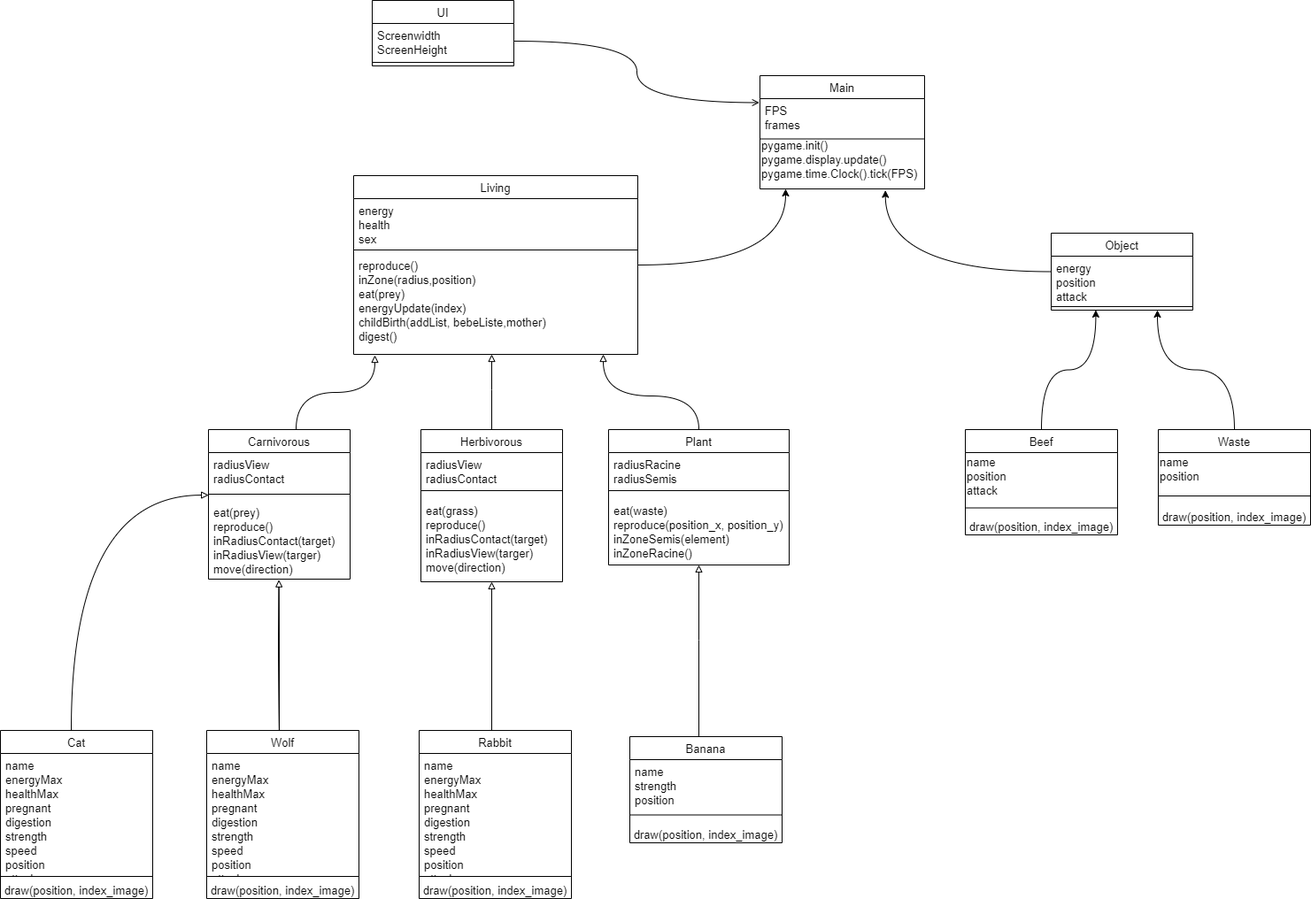
mezray/Project_Ecosysteme keeps this draw.io diagram as Diagram/Diagram_Class_POO.png. Above is the earlier version. Source tidied: cells renumbered, new cells last; positions are measured from the earlier drawing's top-left corner, leaving out a move shared by most shapes.
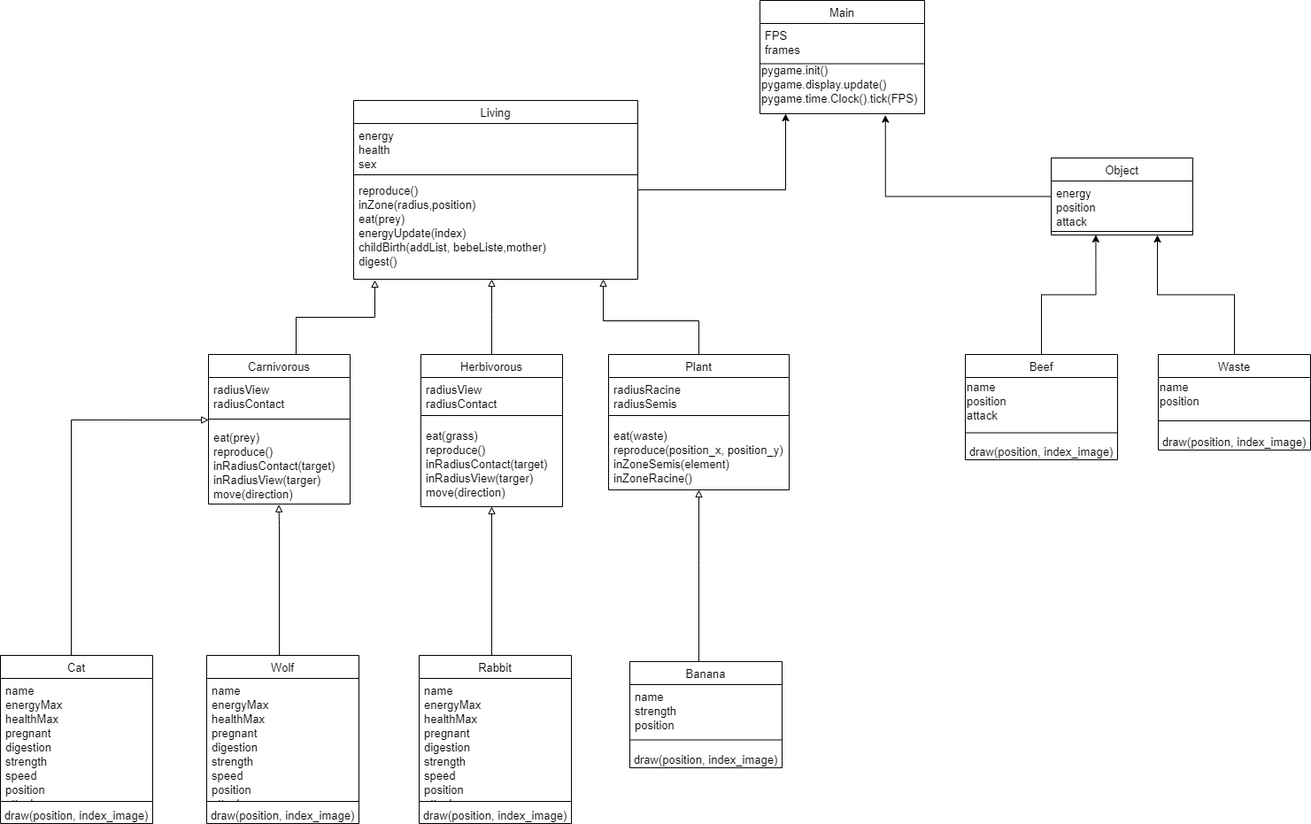
After the change.

The edit, as a diff of the source:
```diff
@@ -2,7 +2,7 @@
   <root>
     <mxCell id="0" />
     <mxCell id="1" parent="0" />
-    <mxCell id="2" style="edgeStyle=orthogonalEdgeStyle;rounded=0;jettySize=auto;fontSize=13;curved=1;fontStyle=0;labelBorderColor=none;" parent="1" edge="1" source="3" target="50">
+    <mxCell id="2" style="edgeStyle=orthogonalEdgeStyle;rounded=0;jettySize=auto;fontSize=13;fontStyle=0;labelBorderColor=none;" parent="1" edge="1" source="3" target="50">
       <mxGeometry relative="1" as="geometry">
         <Array as="points">
           <mxPoint x="887" y="299" />
@@ -21,7 +21,7 @@
     <mxCell id="6" value="reproduce()&#10;inZone(radius,position)&#10;eat(prey)&#10;energyUpdate(index)&#10;childBirth(addList, bebeListe,mother)&#10;digest()&#10;" style="text;strokeColor=none;fillColor=none;align=left;verticalAlign=top;spacingLeft=4;spacingRight=4;overflow=hidden;rounded=0;fontStyle=0;labelBorderColor=none;fontSize=13;" parent="3" vertex="1">
       <mxGeometry y="88" width="321" height="114" as="geometry" />
     </mxCell>
-    <mxCell id="7" style="edgeStyle=orthogonalEdgeStyle;rounded=0;jettySize=auto;entryX=0.762;entryY=1.03;entryDx=0;entryDy=0;entryPerimeter=0;fontSize=13;curved=1;fontStyle=0;labelBorderColor=none;" parent="1" edge="1" source="8" target="50">
+    <mxCell id="7" style="edgeStyle=orthogonalEdgeStyle;rounded=0;jettySize=auto;entryX=0.762;entryY=1.03;entryDx=0;entryDy=0;entryPerimeter=0;fontSize=13;fontStyle=0;labelBorderColor=none;" parent="1" edge="1" source="8" target="50">
       <mxGeometry relative="1" as="geometry" />
     </mxCell>
     <mxCell id="8" value="Object" style="swimlane;fontStyle=0;align=center;verticalAlign=top;horizontal=1;startSize=26;rounded=0;labelBorderColor=none;fontSize=13;" parent="1" vertex="1">
@@ -33,7 +33,7 @@
     <mxCell id="10" style="line;strokeWidth=1;fillColor=none;align=left;verticalAlign=middle;spacingTop=-1;spacingLeft=3;spacingRight=3;labelPosition=right;points=[];portConstraint=eastwest;rounded=0;fontStyle=0;labelBorderColor=none;fontSize=13;" parent="8" vertex="1">
       <mxGeometry y="79" width="160" height="8" as="geometry" />
     </mxCell>
-    <mxCell id="11" style="edgeStyle=orthogonalEdgeStyle;jettySize=auto;rounded=0;endArrow=block;endFill=0;curved=1;fontStyle=0;labelBorderColor=none;fontSize=13;" parent="1" edge="1" source="12">
+    <mxCell id="11" style="edgeStyle=orthogonalEdgeStyle;jettySize=auto;rounded=0;endArrow=block;endFill=0;fontStyle=0;labelBorderColor=none;fontSize=13;" parent="1" edge="1" source="12">
       <mxGeometry relative="1" as="geometry">
         <mxPoint x="423" y="401" as="targetPoint" />
         <Array as="points">
@@ -54,7 +54,7 @@
     <mxCell id="15" value="eat(prey)&#10;reproduce()&#10;inRadiusContact(target)&#10;inRadiusView(targer)&#10;move(direction)" style="text;strokeColor=none;fillColor=none;align=left;verticalAlign=top;spacingLeft=4;spacingRight=4;overflow=hidden;points=[[0,0.5],[1,0.5]];portConstraint=eastwest;rounded=0;fontStyle=0;labelBorderColor=none;fontSize=13;" parent="12" vertex="1">
       <mxGeometry y="80" width="160" height="89" as="geometry" />
     </mxCell>
-    <mxCell id="16" style="edgeStyle=orthogonalEdgeStyle;jettySize=auto;rounded=0;endArrow=block;endFill=0;curved=1;fontStyle=0;labelBorderColor=none;fontSize=13;" parent="1" edge="1" source="17">
+    <mxCell id="16" style="edgeStyle=orthogonalEdgeStyle;jettySize=auto;rounded=0;endArrow=block;endFill=0;fontStyle=0;labelBorderColor=none;fontSize=13;" parent="1" edge="1" source="17">
       <mxGeometry relative="1" as="geometry">
         <mxPoint x="555" y="400" as="targetPoint" />
         <Array as="points">
@@ -75,7 +75,7 @@
     <mxCell id="20" value="eat(grass)&#10;reproduce()&#10;inRadiusContact(target)&#10;inRadiusView(targer)&#10;move(direction)" style="text;strokeColor=none;fillColor=none;align=left;verticalAlign=top;spacingLeft=4;spacingRight=4;overflow=hidden;points=[[0,0.5],[1,0.5]];portConstraint=eastwest;rounded=0;fontStyle=0;labelBorderColor=none;fontSize=13;" parent="17" vertex="1">
       <mxGeometry y="78" width="160" height="94" as="geometry" />
     </mxCell>
-    <mxCell id="21" style="edgeStyle=orthogonalEdgeStyle;jettySize=auto;rounded=0;endArrow=block;endFill=0;curved=1;fontStyle=0;labelBorderColor=none;fontSize=13;" parent="1" edge="1" source="22">
+    <mxCell id="21" style="edgeStyle=orthogonalEdgeStyle;jettySize=auto;rounded=0;endArrow=block;endFill=0;fontStyle=0;labelBorderColor=none;fontSize=13;" parent="1" edge="1" source="22">
       <mxGeometry relative="1" as="geometry">
         <mxPoint x="681" y="400" as="targetPoint" />
         <Array as="points">
@@ -96,7 +96,7 @@
     <mxCell id="25" value="eat(waste)&#10;reproduce(position_x, position_y)&#10;inZoneSemis(element)&#10;inZoneRacine()" style="text;strokeColor=none;fillColor=none;align=left;verticalAlign=top;spacingLeft=4;spacingRight=4;overflow=hidden;points=[[0,0.5],[1,0.5]];portConstraint=eastwest;rounded=0;fontStyle=0;labelBorderColor=none;fontSize=13;" parent="22" vertex="1">
       <mxGeometry y="78" width="204" height="75" as="geometry" />
     </mxCell>
-    <mxCell id="26" style="edgeStyle=orthogonalEdgeStyle;rounded=0;jettySize=auto;fontSize=13;entryX=0.315;entryY=0.986;entryDx=0;entryDy=0;entryPerimeter=0;curved=1;fontStyle=0;labelBorderColor=none;" parent="1" edge="1" source="27" target="10">
+    <mxCell id="26" style="edgeStyle=orthogonalEdgeStyle;rounded=0;jettySize=auto;fontSize=13;entryX=0.315;entryY=0.986;entryDx=0;entryDy=0;entryPerimeter=0;fontStyle=0;labelBorderColor=none;" parent="1" edge="1" source="27" target="10">
       <mxGeometry relative="1" as="geometry" />
     </mxCell>
     <mxCell id="27" value="Beef" style="swimlane;fontStyle=0;align=center;verticalAlign=top;horizontal=1;startSize=26;rounded=0;labelBorderColor=none;fontSize=13;" parent="1" vertex="1">
@@ -111,7 +111,7 @@
     <mxCell id="30" value="draw(position, index_image)" style="text;align=center;verticalAlign=middle;strokeColor=none;rounded=0;fontStyle=0;labelBorderColor=none;fontSize=13;" parent="27" vertex="1">
       <mxGeometry y="99" width="172" height="20" as="geometry" />
     </mxCell>
-    <mxCell id="31" style="edgeStyle=orthogonalEdgeStyle;rounded=0;jettySize=auto;entryX=0.75;entryY=1;entryDx=0;entryDy=0;fontSize=13;curved=1;fontStyle=0;labelBorderColor=none;" parent="1" edge="1" source="32" target="8">
+    <mxCell id="31" style="edgeStyle=orthogonalEdgeStyle;rounded=0;jettySize=auto;entryX=0.75;entryY=1;entryDx=0;entryDy=0;fontSize=13;fontStyle=0;labelBorderColor=none;" parent="1" edge="1" source="32" target="8">
       <mxGeometry relative="1" as="geometry" />
     </mxCell>
     <mxCell id="32" value="Waste" style="swimlane;fontStyle=0;align=center;verticalAlign=top;horizontal=1;startSize=26;rounded=0;labelBorderColor=none;fontSize=13;" parent="1" vertex="1">
@@ -126,7 +126,7 @@
     <mxCell id="35" value="draw(position, index_image)" style="text;align=center;verticalAlign=middle;strokeColor=none;rounded=0;fontStyle=0;labelBorderColor=none;fontSize=13;" parent="32" vertex="1">
       <mxGeometry y="88" width="172" height="20" as="geometry" />
     </mxCell>
-    <mxCell id="36" style="edgeStyle=orthogonalEdgeStyle;jettySize=auto;entryX=0.497;entryY=1.008;entryDx=0;entryDy=0;entryPerimeter=0;rounded=0;endArrow=block;endFill=0;curved=1;fontStyle=0;labelBorderColor=none;fontSize=13;" parent="1" edge="1" target="15">
+    <mxCell id="36" style="edgeStyle=orthogonalEdgeStyle;jettySize=auto;entryX=0.497;entryY=1.008;entryDx=0;entryDy=0;entryPerimeter=0;rounded=0;endArrow=block;endFill=0;fontStyle=0;labelBorderColor=none;fontSize=13;" parent="1" edge="1" target="15">
       <mxGeometry relative="1" as="geometry">
         <mxPoint x="315" y="835" as="sourcePoint" />
         <Array as="points">
@@ -147,12 +147,12 @@
     <mxCell id="40" value="draw(position, index_image)" style="text;align=center;verticalAlign=middle;strokeColor=none;rounded=0;fontStyle=0;labelBorderColor=none;fontSize=13;" parent="37" vertex="1">
       <mxGeometry y="170" width="172" height="20" as="geometry" />
     </mxCell>
-    <mxCell id="41" style="edgeStyle=orthogonalEdgeStyle;jettySize=auto;entryX=0.5;entryY=1;entryDx=0;entryDy=0;entryPerimeter=0;endArrow=block;endFill=0;curved=1;rounded=0;fontStyle=0;labelBorderColor=none;fontSize=13;" parent="1" edge="1" target="20">
+    <mxCell id="41" style="edgeStyle=orthogonalEdgeStyle;jettySize=auto;entryX=0.5;entryY=1;entryDx=0;entryDy=0;entryPerimeter=0;endArrow=block;endFill=0;rounded=0;fontStyle=0;labelBorderColor=none;fontSize=13;" parent="1" edge="1" target="20">
       <mxGeometry relative="1" as="geometry">
         <mxPoint x="555" y="825" as="sourcePoint" />
       </mxGeometry>
     </mxCell>
-    <mxCell id="42" style="edgeStyle=orthogonalEdgeStyle;jettySize=auto;entryX=0.5;entryY=1;entryDx=0;entryDy=0;entryPerimeter=0;endArrow=block;endFill=0;curved=1;rounded=0;fontStyle=0;labelBorderColor=none;fontSize=13;" parent="1" edge="1" source="43" target="25">
+    <mxCell id="42" style="edgeStyle=orthogonalEdgeStyle;jettySize=auto;entryX=0.5;entryY=1;entryDx=0;entryDy=0;entryPerimeter=0;endArrow=block;endFill=0;rounded=0;fontStyle=0;labelBorderColor=none;fontSize=13;" parent="1" edge="1" source="43" target="25">
       <mxGeometry relative="1" as="geometry">
         <Array as="points">
           <mxPoint x="789" y="723" />
@@ -184,23 +184,11 @@
     <mxCell id="50" value="pygame.init()&#10;pygame.display.update()&#10;pygame.time.Clock().tick(FPS)&#10;" style="text;align=left;verticalAlign=middle;points=[];strokeColor=none;fillColor=none;fontSize=13;rounded=0;fontStyle=0;labelBorderColor=none;" parent="47" vertex="1">
       <mxGeometry y="76" width="186" height="52" as="geometry" />
     </mxCell>
-    <mxCell id="51" value="UI" style="swimlane;fontStyle=0;align=center;verticalAlign=top;horizontal=1;startSize=26;rounded=0;labelBorderColor=none;fontSize=13;" parent="1" vertex="1">
-      <mxGeometry x="420" width="160" height="74" as="geometry" />
-    </mxCell>
-    <mxCell id="52" value="Screenwidth&#10;ScreenHeight" style="text;strokeColor=none;fillColor=none;align=left;verticalAlign=top;spacingLeft=4;spacingRight=4;overflow=hidden;points=[[0,0.5],[1,0.5]];portConstraint=eastwest;rounded=0;fontStyle=0;labelBorderColor=none;fontSize=13;" parent="51" vertex="1">
-      <mxGeometry y="26" width="160" height="40" as="geometry" />
-    </mxCell>
-    <mxCell id="53" style="line;strokeWidth=1;fillColor=none;align=left;verticalAlign=middle;spacingTop=-1;spacingLeft=3;spacingRight=3;labelPosition=right;rounded=0;fontStyle=0;labelBorderColor=none;fontSize=13;" parent="51" vertex="1">
-      <mxGeometry y="66" width="160" height="8" as="geometry" />
-    </mxCell>
-    <mxCell id="54" style="edgeStyle=orthogonalEdgeStyle;exitX=0.5;exitY=0;exitDx=0;exitDy=0;entryX=0.001;entryY=0.575;entryDx=0;entryDy=0;entryPerimeter=0;endArrow=block;endFill=0;curved=1;rounded=0;fontStyle=0;labelBorderColor=none;fontSize=13;" parent="1" edge="1" target="14">
+    <mxCell id="54" style="edgeStyle=orthogonalEdgeStyle;exitX=0.5;exitY=0;exitDx=0;exitDy=0;entryX=0.001;entryY=0.575;entryDx=0;entryDy=0;entryPerimeter=0;endArrow=block;endFill=0;rounded=0;fontStyle=0;labelBorderColor=none;fontSize=13;" parent="1" edge="1" target="14">
       <mxGeometry relative="1" as="geometry">
         <mxPoint x="80" y="825" as="sourcePoint" />
       </mxGeometry>
     </mxCell>
-    <mxCell id="55" style="edgeStyle=orthogonalEdgeStyle;endArrow=open;endFill=0;entryX=-0.004;entryY=0.109;entryDx=0;entryDy=0;entryPerimeter=0;curved=1;rounded=0;fontStyle=0;labelBorderColor=none;fontSize=13;" parent="1" edge="1" source="52" target="48">
-      <mxGeometry relative="1" as="geometry" />
-    </mxCell>
     <mxCell id="56" value="Rabbit" style="swimlane;fontStyle=0;align=center;verticalAlign=top;horizontal=1;startSize=26;rounded=0;labelBorderColor=none;fontSize=13;" parent="1" vertex="1">
       <mxGeometry x="473" y="825" width="172" height="190" as="geometry" />
     </mxCell>
```
